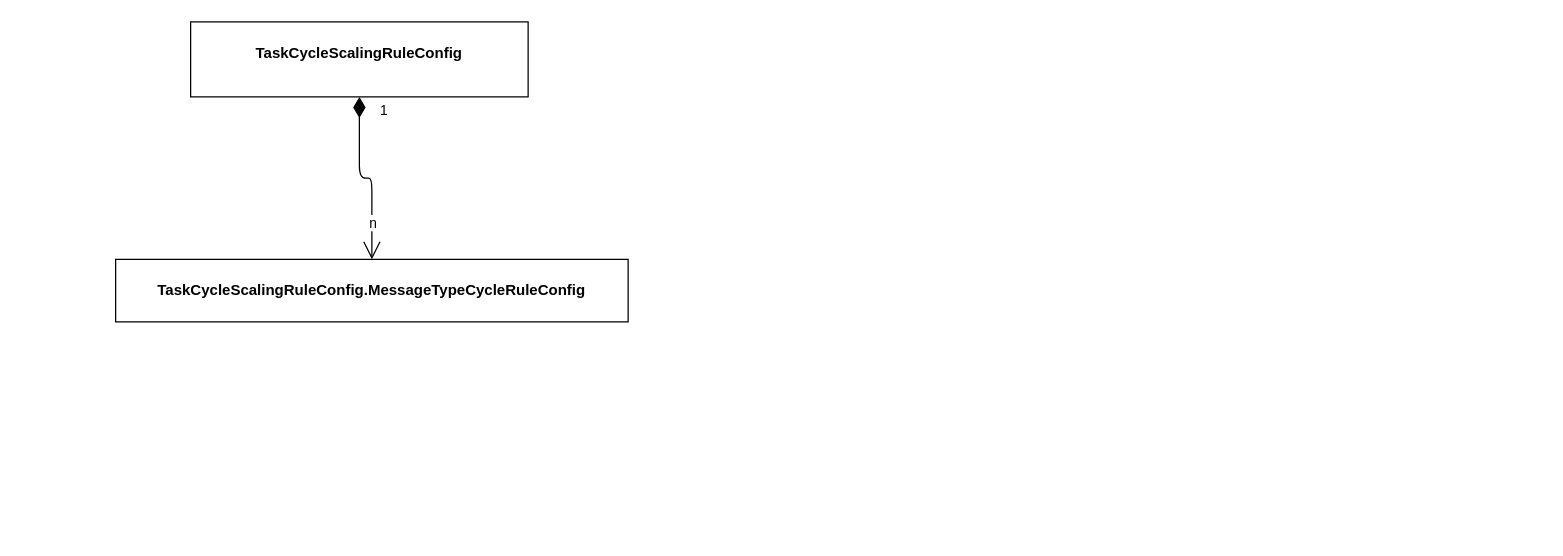
gaoji1/- keeps this draw.io diagram as medialive/鹊桥动态扩缩容配置相关类UML.drawio. Above is the earlier version. Source tidied: cells renumbered, new cells numbered last; positions are measured from the earlier drawing's top-left corner, leaving out a move shared by most shapes. Both pictures are drawn from the tidied source at 125%, with x=0, y=0 at pixel (115, 21).
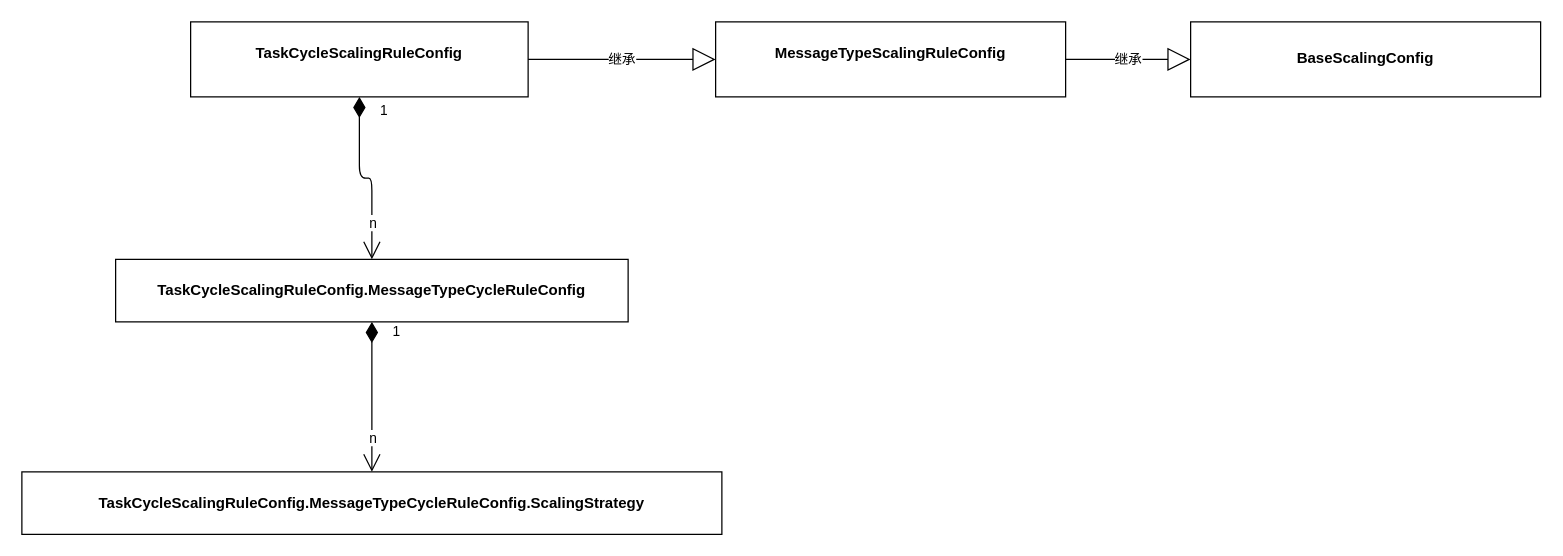
The same diagram, later.

Commit message (it also covers changes not shown here):
Update 鹊桥动态扩缩容配置相关类UML.drawio

The edit, as a diff of the source:
```diff
@@
 <mxGraphModel>
   <root>
     <mxCell id="0" />
     <mxCell id="1" parent="0" />
     <mxCell id="2" value="&lt;p style=&quot;margin: 0px ; margin-top: 4px ; text-align: center&quot;&gt;&lt;br&gt;&lt;b&gt;TaskCycleScalingRuleConfig&lt;/b&gt;&lt;/p&gt;" style="verticalAlign=top;align=left;overflow=fill;fontSize=12;fontFamily=Helvetica;html=1;" parent="1" vertex="1">
       <mxGeometry x="60" width="270" height="60" as="geometry" />
     </mxCell>
     <mxCell id="3" value="&lt;p style=&quot;margin: 0px ; margin-top: 4px ; text-align: center&quot;&gt;&lt;br&gt;&lt;b&gt;TaskCycleScalingRuleConfig.&lt;/b&gt;&lt;b&gt;MessageTypeCycleRuleConfig&lt;/b&gt;&lt;/p&gt;" style="verticalAlign=top;align=left;overflow=fill;fontSize=12;fontFamily=Helvetica;html=1;" parent="1" vertex="1">
       <mxGeometry y="190" width="410" height="50" as="geometry" />
     </mxCell>
     <mxCell id="4" value="1" style="endArrow=open;html=1;endSize=12;startArrow=diamondThin;startSize=14;startFill=1;edgeStyle=orthogonalEdgeStyle;align=left;verticalAlign=bottom;exitX=0.5;exitY=1;exitDx=0;exitDy=0;entryX=0.5;entryY=0;entryDx=0;entryDy=0;" parent="1" edge="1" source="2" target="3">
       <mxGeometry x="-0.71" y="15" relative="1" as="geometry" />
     </mxCell>
     <mxCell id="5" value="n" style="edgeLabel;html=1;align=center;verticalAlign=middle;" parent="4" vertex="1">
       <mxGeometry x="0.83" y="-1" relative="1" as="geometry">
         <mxPoint x="1" y="-18" as="offset" />
       </mxGeometry>
     </mxCell>
+    <mxCell id="6" value="&lt;p style=&quot;margin: 0px ; margin-top: 4px ; text-align: center&quot;&gt;&lt;br&gt;&lt;b&gt;MessageTypeScalingRuleConfig&lt;/b&gt;&lt;br&gt;&lt;/p&gt;" style="verticalAlign=top;align=left;overflow=fill;fontSize=12;fontFamily=Helvetica;html=1;" parent="1" vertex="1">
+      <mxGeometry x="480" width="280" height="60" as="geometry" />
+    </mxCell>
+    <mxCell id="7" value="继承" style="endArrow=block;endSize=16;endFill=0;html=1;entryX=0;entryY=0.5;entryDx=0;entryDy=0;exitX=1;exitY=0.5;exitDx=0;exitDy=0;" parent="1" edge="1" source="2" target="6">
+      <mxGeometry relative="1" as="geometry" />
+    </mxCell>
+    <mxCell id="8" value="&lt;p style=&quot;margin: 0px ; margin-top: 4px ; text-align: center&quot;&gt;&lt;br&gt;&lt;/p&gt;&lt;p style=&quot;margin: 0px ; margin-top: 4px ; text-align: center&quot;&gt;BaseScalingConfig&lt;br&gt;&lt;/p&gt;" style="verticalAlign=middle;align=left;overflow=fill;fontSize=12;fontFamily=Helvetica;html=1;fontStyle=1;" parent="1" vertex="1">
+      <mxGeometry x="860" width="280" height="60" as="geometry" />
+    </mxCell>
+    <mxCell id="9" value="继承" style="endArrow=block;endSize=16;endFill=0;html=1;entryX=0;entryY=0.5;entryDx=0;entryDy=0;exitX=1;exitY=0.5;exitDx=0;exitDy=0;" parent="1" edge="1" source="6" target="8">
+      <mxGeometry relative="1" as="geometry" />
+    </mxCell>
+    <mxCell id="10" value="&lt;p style=&quot;margin: 0px ; margin-top: 4px ; text-align: center&quot;&gt;&lt;br&gt;&lt;b&gt;TaskCycleScalingRuleConfig.&lt;/b&gt;&lt;b&gt;MessageTypeCycleRuleConfig.&lt;/b&gt;&lt;b&gt;ScalingStrategy&lt;/b&gt;&lt;/p&gt;" style="verticalAlign=top;align=left;overflow=fill;fontSize=12;fontFamily=Helvetica;html=1;" parent="1" vertex="1">
+      <mxGeometry x="-75" y="360" width="560" height="50" as="geometry" />
+    </mxCell>
+    <mxCell id="11" value="1" style="endArrow=open;html=1;endSize=12;startArrow=diamondThin;startSize=14;startFill=1;edgeStyle=orthogonalEdgeStyle;align=left;verticalAlign=bottom;exitX=0.5;exitY=1;exitDx=0;exitDy=0;entryX=0.5;entryY=0;entryDx=0;entryDy=0;" parent="1" edge="1" source="3" target="10">
+      <mxGeometry x="-0.71" y="15" relative="1" as="geometry" />
+    </mxCell>
+    <mxCell id="12" value="n" style="edgeLabel;html=1;align=center;verticalAlign=middle;" parent="11" vertex="1">
+      <mxGeometry x="0.83" y="-1" relative="1" as="geometry">
+        <mxPoint x="1" y="-18" as="offset" />
+      </mxGeometry>
+    </mxCell>
   </root>
 </mxGraphModel>
```
